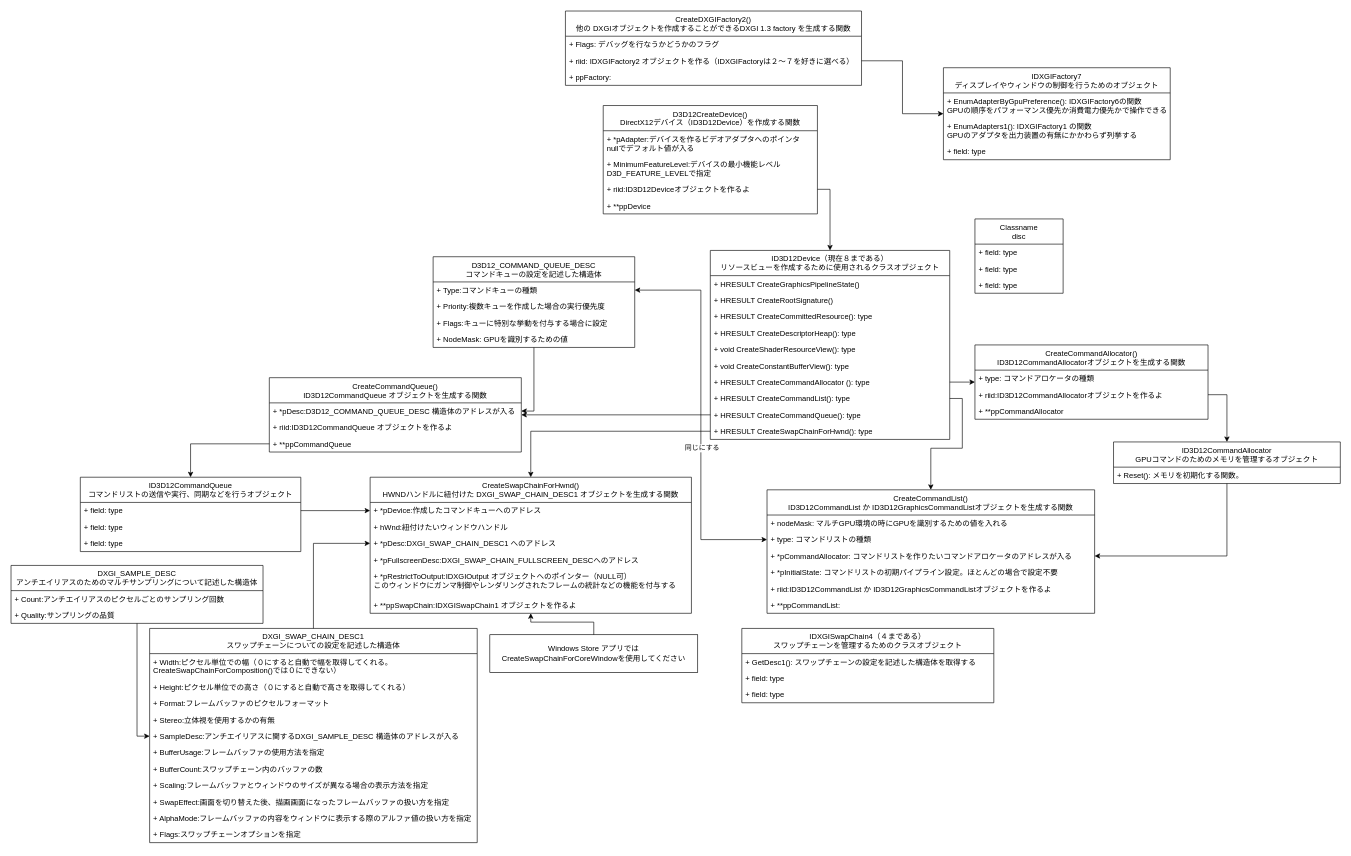
The draw.io diagram page "ページ2" (2 of 2) of Directx12Overview.drawio in KominamiYuto/mypage, before the edit. Source tidied: cells renumbered, new cells numbered last; positions are measured from the earlier drawing's top-left corner, leaving out a move shared by most shapes. Both pictures are drawn from the tidied source at 63%, with x=0, y=0 at pixel (11, 11).
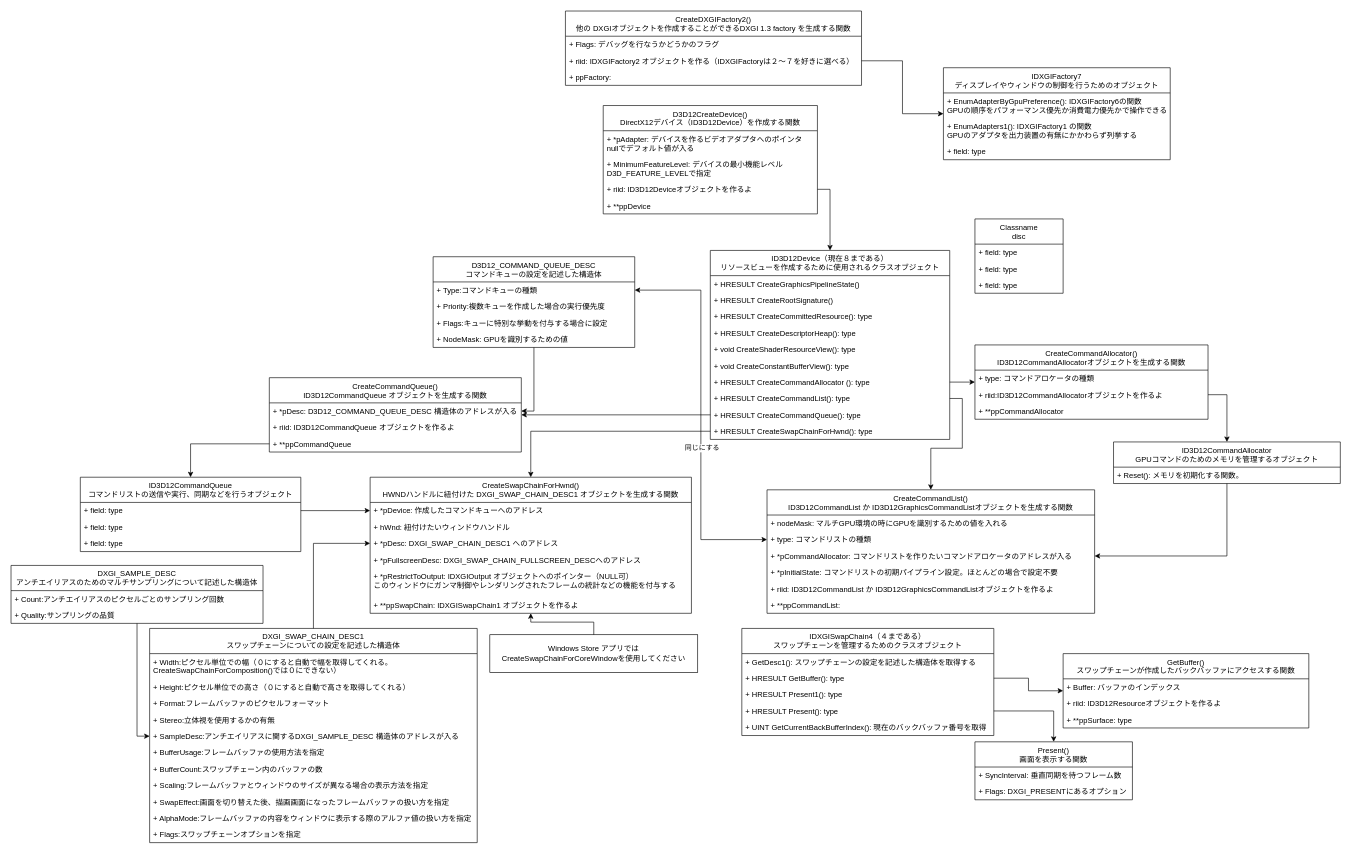
Above is the later version.

Commit message:
Directx12Overview.drawio を更新します

Unchanged cells that the change refers to:
```xml
<mxCell id="2" value="D3D12CreateDevice()&#10;DirectX12デバイス（ID3D12Device）を作成する関数" style="swimlane;fontStyle=0;horizontal=1;startSize=40;fillColor=none;" parent="1" vertex="1">
  <mxGeometry x="940" y="150" width="340" height="172" as="geometry" />
</mxCell>
<mxCell id="39" value="CreateCommandList()&#10;ID3D12CommandList か ID3D12GraphicsCommandListオブジェクトを生成する関数" style="swimlane;fontStyle=0;horizontal=1;startSize=40;fillColor=none;" parent="1" vertex="1">
  <mxGeometry x="1200" y="760" width="520" height="196" as="geometry" />
</mxCell>
<mxCell id="51" value="CreateCommandQueue()&#10;ID3D12CommandQueue オブジェクトを生成する関数" style="swimlane;fontStyle=0;horizontal=1;startSize=40;fillColor=none;" parent="1" vertex="1">
  <mxGeometry x="410" y="582" width="400" height="118" as="geometry" />
</mxCell>
<mxCell id="62" value="CreateSwapChainForHwnd()&#10;HWNDハンドルに紐付けた DXGI_SWAP_CHAIN_DESC1 オブジェクトを生成する関数" style="swimlane;fontStyle=0;horizontal=1;startSize=40;fillColor=none;" parent="1" vertex="1">
  <mxGeometry x="570" y="740" width="510" height="216" as="geometry" />
</mxCell>
```

Change to the diagram source:
```diff
@@
-    <mxCell id="3" value="+ *pAdapter:デバイスを作るビデオアダプタへのポインタ&#10;nullでデフォルト値が入る&#10;" style="text;strokeColor=none;fillColor=none;align=left;verticalAlign=top;spacingLeft=4;spacingRight=4;overflow=hidden;" parent="2" vertex="1">
+    <mxCell id="3" value="+ *pAdapter: デバイスを作るビデオアダプタへのポインタ&#10;nullでデフォルト値が入る&#10;" style="text;strokeColor=none;fillColor=none;align=left;verticalAlign=top;spacingLeft=4;spacingRight=4;overflow=hidden;" parent="2" vertex="1">
       <mxGeometry y="40" width="340" height="40" as="geometry" />
     </mxCell>
-    <mxCell id="4" value="+ MinimumFeatureLevel:デバイスの最小機能レベル&#10;D3D_FEATURE_LEVELで指定&#10;" style="text;strokeColor=none;fillColor=none;align=left;verticalAlign=top;spacingLeft=4;spacingRight=4;overflow=hidden;" parent="2" vertex="1">
+    <mxCell id="4" value="+ MinimumFeatureLevel: デバイスの最小機能レベル&#10;D3D_FEATURE_LEVELで指定&#10;" style="text;strokeColor=none;fillColor=none;align=left;verticalAlign=top;spacingLeft=4;spacingRight=4;overflow=hidden;" parent="2" vertex="1">
       <mxGeometry y="80" width="340" height="40" as="geometry" />
     </mxCell>
-    <mxCell id="5" value="+ riid:ID3D12Deviceオブジェクトを作るよ" style="text;strokeColor=none;fillColor=none;align=left;verticalAlign=top;spacingLeft=4;spacingRight=4;overflow=hidden;points=[[0,0.5],[1,0.5]];portConstraint=eastwest;" parent="2" vertex="1">
+    <mxCell id="5" value="+ riid: ID3D12Deviceオブジェクトを作るよ" style="text;strokeColor=none;fillColor=none;align=left;verticalAlign=top;spacingLeft=4;spacingRight=4;overflow=hidden;points=[[0,0.5],[1,0.5]];portConstraint=eastwest;" parent="2" vertex="1">
       <mxGeometry y="120" width="340" height="26" as="geometry" />
     </mxCell>
@@
-    <mxCell id="44" value="+ riid:ID3D12CommandList か ID3D12GraphicsCommandListオブジェクトを作るよ" style="text;strokeColor=none;fillColor=none;align=left;verticalAlign=top;spacingLeft=4;spacingRight=4;overflow=hidden;" parent="39" vertex="1">
+    <mxCell id="44" value="+ riid: ID3D12CommandList か ID3D12GraphicsCommandListオブジェクトを作るよ" style="text;strokeColor=none;fillColor=none;align=left;verticalAlign=top;spacingLeft=4;spacingRight=4;overflow=hidden;" parent="39" vertex="1">
       <mxGeometry y="144" width="520" height="26" as="geometry" />
     </mxCell>
@@
-    <mxCell id="52" value="+ *pDesc:D3D12_COMMAND_QUEUE_DESC 構造体のアドレスが入る" style="text;strokeColor=none;fillColor=none;align=left;verticalAlign=top;spacingLeft=4;spacingRight=4;overflow=hidden;points=[[0,0.5],[1,0.5]];portConstraint=eastwest;" parent="51" vertex="1">
+    <mxCell id="52" value="+ *pDesc: D3D12_COMMAND_QUEUE_DESC 構造体のアドレスが入る" style="text;strokeColor=none;fillColor=none;align=left;verticalAlign=top;spacingLeft=4;spacingRight=4;overflow=hidden;points=[[0,0.5],[1,0.5]];portConstraint=eastwest;" parent="51" vertex="1">
       <mxGeometry y="40" width="400" height="26" as="geometry" />
     </mxCell>
-    <mxCell id="53" value="+ riid:ID3D12CommandQueue オブジェクトを作るよ" style="text;strokeColor=none;fillColor=none;align=left;verticalAlign=top;spacingLeft=4;spacingRight=4;overflow=hidden;" parent="51" vertex="1">
+    <mxCell id="53" value="+ riid: ID3D12CommandQueue オブジェクトを作るよ" style="text;strokeColor=none;fillColor=none;align=left;verticalAlign=top;spacingLeft=4;spacingRight=4;overflow=hidden;" parent="51" vertex="1">
       <mxGeometry y="66" width="400" height="26" as="geometry" />
     </mxCell>
@@
-    <mxCell id="63" value="+ *pDevice:作成したコマンドキューへのアドレス" style="text;strokeColor=none;fillColor=none;align=left;verticalAlign=top;spacingLeft=4;spacingRight=4;overflow=hidden;points=[[0,0.5],[1,0.5]];portConstraint=eastwest;" parent="62" vertex="1">
+    <mxCell id="63" value="+ *pDevice: 作成したコマンドキューへのアドレス" style="text;strokeColor=none;fillColor=none;align=left;verticalAlign=top;spacingLeft=4;spacingRight=4;overflow=hidden;points=[[0,0.5],[1,0.5]];portConstraint=eastwest;" parent="62" vertex="1">
       <mxGeometry y="40" width="510" height="26" as="geometry" />
     </mxCell>
-    <mxCell id="64" value="+ hWnd:紐付けたいウィンドウハンドル" style="text;strokeColor=none;fillColor=none;align=left;verticalAlign=top;spacingLeft=4;spacingRight=4;overflow=hidden;" parent="62" vertex="1">
+    <mxCell id="64" value="+ hWnd: 紐付けたいウィンドウハンドル" style="text;strokeColor=none;fillColor=none;align=left;verticalAlign=top;spacingLeft=4;spacingRight=4;overflow=hidden;" parent="62" vertex="1">
       <mxGeometry y="66" width="510" height="26" as="geometry" />
     </mxCell>
-    <mxCell id="65" value="+ *pDesc:DXGI_SWAP_CHAIN_DESC1 へのアドレス" style="text;strokeColor=none;fillColor=none;align=left;verticalAlign=top;spacingLeft=4;spacingRight=4;overflow=hidden;points=[[0,0.5],[1,0.5]];portConstraint=eastwest;" parent="62" vertex="1">
+    <mxCell id="65" value="+ *pDesc: DXGI_SWAP_CHAIN_DESC1 へのアドレス" style="text;strokeColor=none;fillColor=none;align=left;verticalAlign=top;spacingLeft=4;spacingRight=4;overflow=hidden;points=[[0,0.5],[1,0.5]];portConstraint=eastwest;" parent="62" vertex="1">
       <mxGeometry y="92" width="510" height="26" as="geometry" />
     </mxCell>
-    <mxCell id="66" value="+ *pFullscreenDesc:DXGI_SWAP_CHAIN_FULLSCREEN_DESCへのアドレス" style="text;strokeColor=none;fillColor=none;align=left;verticalAlign=top;spacingLeft=4;spacingRight=4;overflow=hidden;" parent="62" vertex="1">
+    <mxCell id="66" value="+ *pFullscreenDesc: DXGI_SWAP_CHAIN_FULLSCREEN_DESCへのアドレス" style="text;strokeColor=none;fillColor=none;align=left;verticalAlign=top;spacingLeft=4;spacingRight=4;overflow=hidden;" parent="62" vertex="1">
       <mxGeometry y="118" width="510" height="26" as="geometry" />
     </mxCell>
-    <mxCell id="67" value="+ *pRestrictToOutput:IDXGIOutput オブジェクトへのポインター（NULL可）&#10;このウィンドウにガンマ制御やレンダリングされたフレームの統計などの機能を付与する" style="text;strokeColor=none;fillColor=none;align=left;verticalAlign=top;spacingLeft=4;spacingRight=4;overflow=hidden;" parent="62" vertex="1">
+    <mxCell id="67" value="+ *pRestrictToOutput: IDXGIOutput オブジェクトへのポインター（NULL可）&#10;このウィンドウにガンマ制御やレンダリングされたフレームの統計などの機能を付与する" style="text;strokeColor=none;fillColor=none;align=left;verticalAlign=top;spacingLeft=4;spacingRight=4;overflow=hidden;" parent="62" vertex="1">
       <mxGeometry y="144" width="510" height="46" as="geometry" />
     </mxCell>
-    <mxCell id="68" value="+ **ppSwapChain:IDXGISwapChain1 オブジェクトを作るよ" style="text;strokeColor=none;fillColor=none;align=left;verticalAlign=top;spacingLeft=4;spacingRight=4;overflow=hidden;" parent="62" vertex="1">
+    <mxCell id="68" value="+ **ppSwapChain: IDXGISwapChain1 オブジェクトを作るよ" style="text;strokeColor=none;fillColor=none;align=left;verticalAlign=top;spacingLeft=4;spacingRight=4;overflow=hidden;" parent="62" vertex="1">
       <mxGeometry y="190" width="510" height="26" as="geometry" />
     </mxCell>
@@
     <mxCell id="95" value="IDXGISwapChain4（４まである） &#10;スワップチェーンを管理するためのクラスオブジェクト" style="swimlane;fontStyle=0;horizontal=1;startSize=40;fillColor=none;" parent="1" vertex="1">
-      <mxGeometry x="1160" y="980" width="400" height="118" as="geometry" />
+      <mxGeometry x="1160" y="980" width="400" height="170" as="geometry" />
     </mxCell>
@@
-    <mxCell id="97" value="+ field: type" style="text;strokeColor=none;fillColor=none;align=left;verticalAlign=top;spacingLeft=4;spacingRight=4;overflow=hidden;points=[[0,0.5],[1,0.5]];portConstraint=eastwest;" parent="95" vertex="1">
+    <mxCell id="97" value="+ HRESULT GetBuffer(): type" style="text;strokeColor=none;fillColor=none;align=left;verticalAlign=top;spacingLeft=4;spacingRight=4;overflow=hidden;points=[[0,0.5],[1,0.5]];portConstraint=eastwest;" parent="95" vertex="1">
       <mxGeometry y="66" width="400" height="26" as="geometry" />
     </mxCell>
-    <mxCell id="98" value="+ field: type" style="text;strokeColor=none;fillColor=none;align=left;verticalAlign=top;spacingLeft=4;spacingRight=4;overflow=hidden;" parent="95" vertex="1">
+    <mxCell id="98" value="+ HRESULT Present1(): type" style="text;strokeColor=none;fillColor=none;align=left;verticalAlign=top;spacingLeft=4;spacingRight=4;overflow=hidden;" parent="95" vertex="1">
       <mxGeometry y="92" width="400" height="26" as="geometry" />
     </mxCell>
+    <mxCell id="99" value="+ HRESULT Present(): type" style="text;strokeColor=none;fillColor=none;align=left;verticalAlign=top;spacingLeft=4;spacingRight=4;overflow=hidden;points=[[0,0.5],[1,0.5]];portConstraint=eastwest;" parent="95" vertex="1">
+      <mxGeometry y="118" width="400" height="26" as="geometry" />
+    </mxCell>
+    <mxCell id="100" value="+ UINT GetCurrentBackBufferIndex(): 現在のバックバッファ番号を取得" style="text;strokeColor=none;fillColor=none;align=left;verticalAlign=top;spacingLeft=4;spacingRight=4;overflow=hidden;" parent="95" vertex="1">
+      <mxGeometry y="144" width="400" height="26" as="geometry" />
+    </mxCell>
+    <mxCell id="101" value="GetBuffer()&#10;スワップチェーンが作成したバックバッファにアクセスする関数" style="swimlane;fontStyle=0;horizontal=1;startSize=40;fillColor=none;" parent="1" vertex="1">
+      <mxGeometry x="1670" y="1020" width="390" height="118" as="geometry" />
+    </mxCell>
+    <mxCell id="102" value="+ Buffer: バッファのインデックス" style="text;strokeColor=none;fillColor=none;align=left;verticalAlign=top;spacingLeft=4;spacingRight=4;overflow=hidden;" parent="101" vertex="1">
+      <mxGeometry y="40" width="390" height="26" as="geometry" />
+    </mxCell>
+    <mxCell id="103" value="+ riid: ID3D12Resourceオブジェクトを作るよ" style="text;strokeColor=none;fillColor=none;align=left;verticalAlign=top;spacingLeft=4;spacingRight=4;overflow=hidden;" parent="101" vertex="1">
+      <mxGeometry y="66" width="390" height="26" as="geometry" />
+    </mxCell>
+    <mxCell id="104" value="+ **ppSurface: type" style="text;strokeColor=none;fillColor=none;align=left;verticalAlign=top;spacingLeft=4;spacingRight=4;overflow=hidden;" parent="101" vertex="1">
+      <mxGeometry y="92" width="390" height="26" as="geometry" />
+    </mxCell>
+    <mxCell id="105" style="edgeStyle=orthogonalEdgeStyle;rounded=0;jettySize=auto;html=1;" parent="1" edge="1" source="97" target="101">
+      <mxGeometry relative="1" as="geometry" />
+    </mxCell>
+    <mxCell id="106" value="Present()&#10;画面を表示する関数" style="swimlane;fontStyle=0;horizontal=1;startSize=40;fillColor=none;" parent="1" vertex="1">
+      <mxGeometry x="1530" y="1160" width="250" height="92" as="geometry" />
+    </mxCell>
+    <mxCell id="107" value="+ SyncInterval: 垂直同期を待つフレーム数" style="text;strokeColor=none;fillColor=none;align=left;verticalAlign=top;spacingLeft=4;spacingRight=4;overflow=hidden;" parent="106" vertex="1">
+      <mxGeometry y="40" width="250" height="26" as="geometry" />
+    </mxCell>
+    <mxCell id="108" value="+ Flags: DXGI_PRESENTにあるオプション" style="text;strokeColor=none;fillColor=none;align=left;verticalAlign=top;spacingLeft=4;spacingRight=4;overflow=hidden;" parent="106" vertex="1">
+      <mxGeometry y="66" width="250" height="26" as="geometry" />
+    </mxCell>
+    <mxCell id="109" style="edgeStyle=orthogonalEdgeStyle;rounded=0;jettySize=auto;html=1;" parent="1" edge="1" source="99" target="106">
+      <mxGeometry relative="1" as="geometry" />
+    </mxCell>
```
